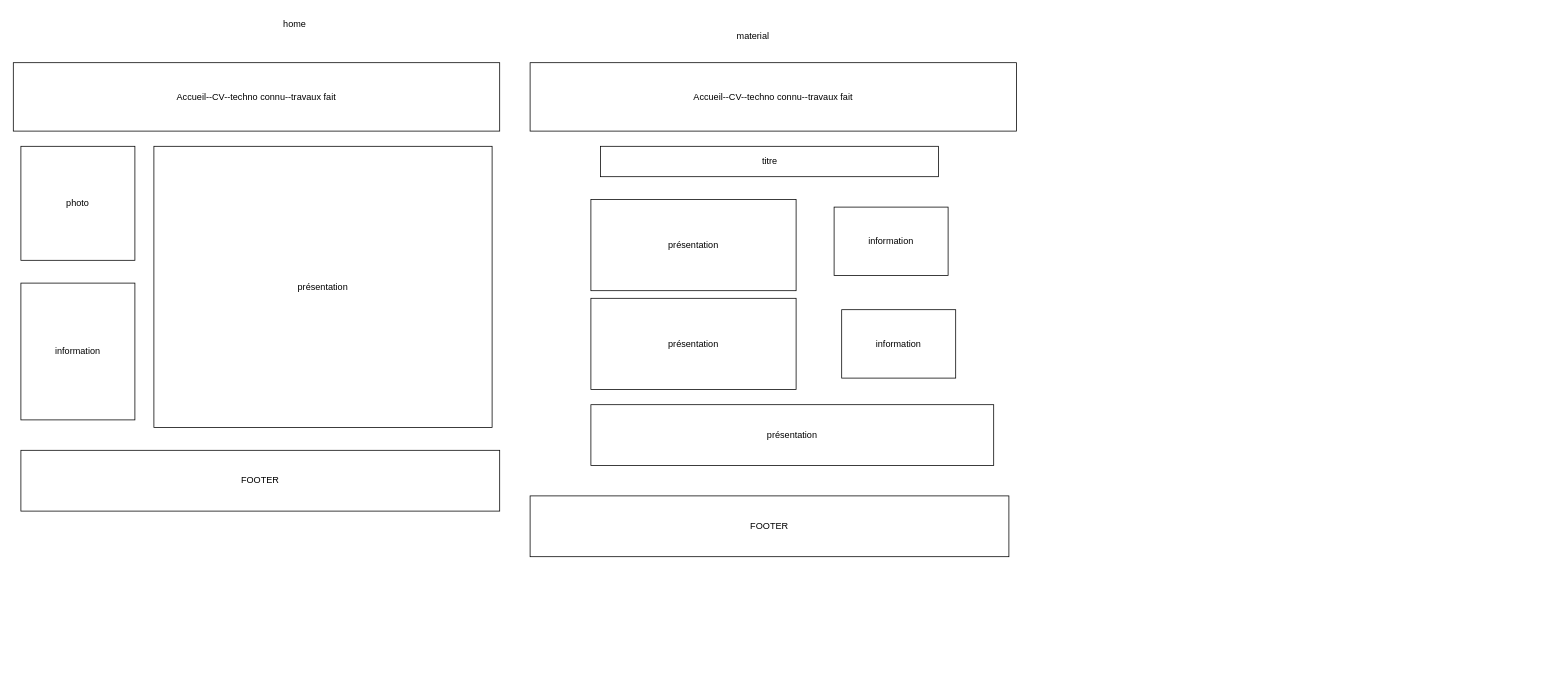
Above: wireframe.drawio in Pmaioranool/b2_efrei_dev_portfolio_stage (draw.io), before the change. Source tidied: cells renumbered, new cells numbered last; positions are measured from the earlier drawing's top-left corner, leaving out a move shared by most shapes. Both pictures are drawn from the tidied source at 76%, with x=0, y=0 at pixel (13, 13).
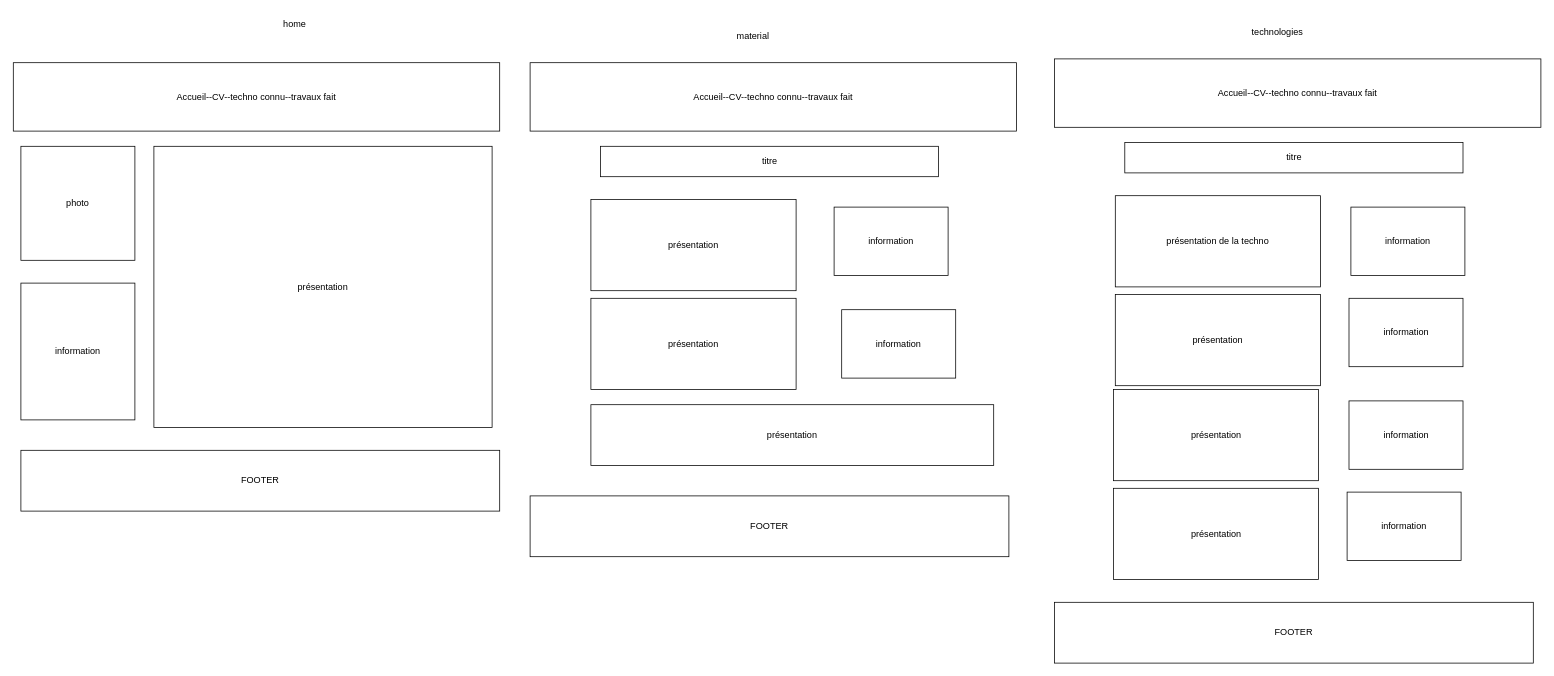
The same page after the edit.

Commit message (it also covers changes not shown here):
[Add] implement dynamic technologies section with localization; update wireframe and styles

Change to the diagram source:
```diff
@@
+    <mxCell id="17" value="Accueil--CV--techno connu--travaux fait" style="rounded=0;whiteSpace=wrap;html=1;" parent="1" vertex="1">
+      <mxGeometry x="1370" y="60" width="640" height="90" as="geometry" />
+    </mxCell>
+    <mxCell id="18" value="FOOTER" style="rounded=0;whiteSpace=wrap;html=1;" parent="1" vertex="1">
+      <mxGeometry x="1370" y="775" width="630" height="80" as="geometry" />
+    </mxCell>
+    <mxCell id="19" value="technologies" style="text;html=1;align=center;verticalAlign=middle;strokeColor=none;fillColor=none;" parent="1" vertex="1">
+      <mxGeometry x="1617.5" y="10" width="90" height="30" as="geometry" />
+    </mxCell>
+    <mxCell id="20" value="titre" style="rounded=0;whiteSpace=wrap;html=1;" parent="1" vertex="1">
+      <mxGeometry x="1462.5" y="170" width="445" height="40" as="geometry" />
+    </mxCell>
+    <mxCell id="21" value="présentation de la techno" style="rounded=0;whiteSpace=wrap;html=1;" parent="1" vertex="1">
+      <mxGeometry x="1450" y="240" width="270" height="120" as="geometry" />
+    </mxCell>
+    <mxCell id="22" value="présentation" style="rounded=0;whiteSpace=wrap;html=1;" parent="1" vertex="1">
+      <mxGeometry x="1450" y="370" width="270" height="120" as="geometry" />
+    </mxCell>
+    <mxCell id="23" value="information" style="rounded=0;whiteSpace=wrap;html=1;" parent="1" vertex="1">
+      <mxGeometry x="1760" y="255" width="150" height="90" as="geometry" />
+    </mxCell>
+    <mxCell id="24" value="information" style="rounded=0;whiteSpace=wrap;html=1;" parent="1" vertex="1">
+      <mxGeometry x="1757.5" y="375" width="150" height="90" as="geometry" />
+    </mxCell>
+    <mxCell id="25" value="présentation" style="rounded=0;whiteSpace=wrap;html=1;" parent="1" vertex="1">
+      <mxGeometry x="1447.5" y="495" width="270" height="120" as="geometry" />
+    </mxCell>
+    <mxCell id="26" value="présentation" style="rounded=0;whiteSpace=wrap;html=1;" parent="1" vertex="1">
+      <mxGeometry x="1447.5" y="625" width="270" height="120" as="geometry" />
+    </mxCell>
+    <mxCell id="27" value="information" style="rounded=0;whiteSpace=wrap;html=1;" parent="1" vertex="1">
+      <mxGeometry x="1757.5" y="510" width="150" height="90" as="geometry" />
+    </mxCell>
+    <mxCell id="28" value="information" style="rounded=0;whiteSpace=wrap;html=1;" parent="1" vertex="1">
+      <mxGeometry x="1755" y="630" width="150" height="90" as="geometry" />
+    </mxCell>
```
